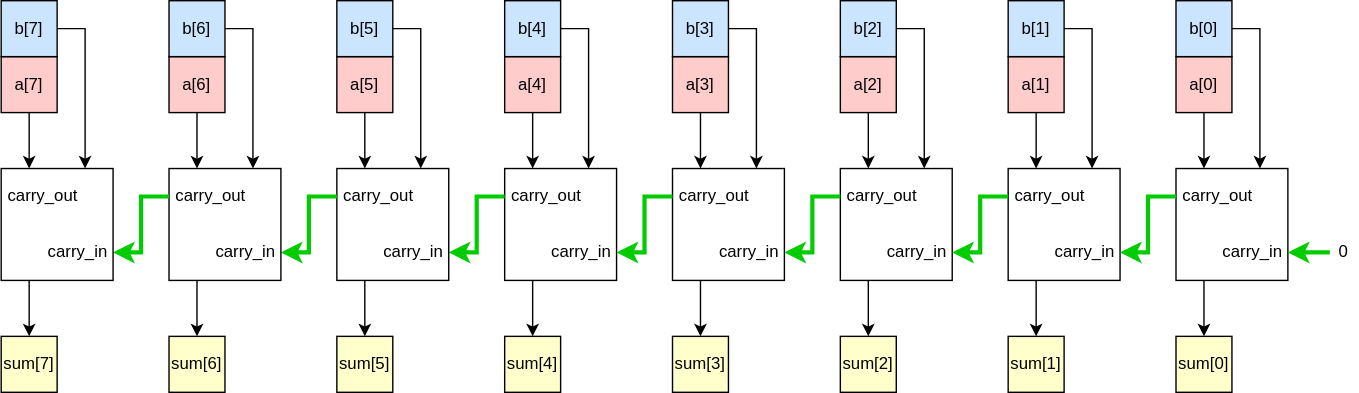
Before: posts/carry-lookahead-adder/carry-lookahead-adder-rca.drawio.svg, a diagram exported from draw.io (axelfeldmann/feldmann.nyc). Source tidied: cells renumbered, new cells last; positions are measured from the earlier drawing's top-left corner, leaving out a move shared by most shapes.
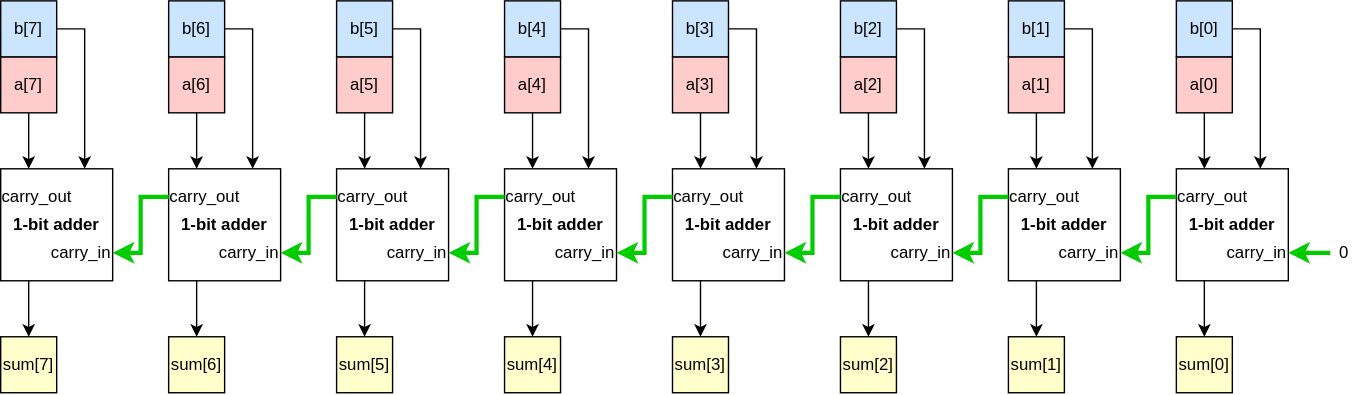
Above is the later version.

Commit message:
label 1-bit adders in circuit

Diff of the diagram source:
```diff
@@ -11,16 +11,16 @@
     <mxCell id="4" style="edgeStyle=orthogonalEdgeStyle;rounded=0;jettySize=auto;html=1;exitX=0.25;exitY=1;exitDx=0;exitDy=0;entryX=0.5;entryY=0;entryDx=0;entryDy=0;" parent="1" edge="1" source="5" target="11">
       <mxGeometry relative="1" as="geometry" />
     </mxCell>
-    <mxCell id="5" style="rounded=0;whiteSpace=wrap;html=1;fillColor=#FFFFFF;fillStyle=solid;" parent="1" vertex="1">
+    <mxCell id="5" value="&lt;b&gt;1-bit adder&lt;/b&gt;" style="rounded=0;whiteSpace=wrap;html=1;fillColor=#FFFFFF;fillStyle=solid;" parent="1" vertex="1">
       <mxGeometry x="360" y="120" width="80" height="80" as="geometry" />
     </mxCell>
-    <mxCell id="6" value="carry_in" style="text;html=1;align=center;verticalAlign=middle;whiteSpace=wrap;rounded=0;rotation=0;" parent="1" vertex="1">
+    <mxCell id="6" value="carry_in" style="text;html=1;align=right;verticalAlign=middle;whiteSpace=wrap;rounded=0;rotation=0;spacing=1;" parent="1" vertex="1">
       <mxGeometry x="390" y="170" width="50" height="20" as="geometry" />
     </mxCell>
     <mxCell id="7" style="edgeStyle=orthogonalEdgeStyle;rounded=0;jettySize=auto;html=1;exitX=0;exitY=0.5;exitDx=0;exitDy=0;entryX=1;entryY=0.5;entryDx=0;entryDy=0;strokeWidth=3;strokeColor=#00CC00;" parent="1" edge="1" source="8" target="16">
       <mxGeometry relative="1" as="geometry" />
     </mxCell>
-    <mxCell id="8" value="carry_out" style="text;html=1;align=center;verticalAlign=middle;whiteSpace=wrap;rounded=0;rotation=0;" parent="1" vertex="1">
+    <mxCell id="8" value="carry_out" style="text;html=1;align=left;verticalAlign=middle;whiteSpace=wrap;rounded=0;rotation=0;spacing=1;" parent="1" vertex="1">
       <mxGeometry x="360" y="130" width="60" height="20" as="geometry" />
     </mxCell>
     <mxCell id="9" style="edgeStyle=orthogonalEdgeStyle;rounded=0;jettySize=auto;html=1;exitX=1;exitY=0.5;exitDx=0;exitDy=0;entryX=0.75;entryY=0;entryDx=0;entryDy=0;" parent="1" edge="1" source="10" target="5">
@@ -41,16 +41,16 @@
     <mxCell id="14" style="edgeStyle=orthogonalEdgeStyle;rounded=0;jettySize=auto;html=1;exitX=0.25;exitY=1;exitDx=0;exitDy=0;entryX=0.5;entryY=0;entryDx=0;entryDy=0;" parent="1" edge="1" source="15" target="21">
       <mxGeometry relative="1" as="geometry" />
     </mxCell>
-    <mxCell id="15" style="rounded=0;whiteSpace=wrap;html=1;fillColor=#FFFFFF;fillStyle=solid;" parent="1" vertex="1">
+    <mxCell id="15" value="&lt;b&gt;1-bit adder&lt;/b&gt;" style="rounded=0;whiteSpace=wrap;html=1;fillColor=#FFFFFF;fillStyle=solid;" parent="1" vertex="1">
       <mxGeometry x="240" y="120" width="80" height="80" as="geometry" />
     </mxCell>
-    <mxCell id="16" value="carry_in" style="text;html=1;align=center;verticalAlign=middle;whiteSpace=wrap;rounded=0;rotation=0;" parent="1" vertex="1">
+    <mxCell id="16" value="carry_in" style="text;html=1;align=right;verticalAlign=middle;whiteSpace=wrap;rounded=0;rotation=0;spacing=1;" parent="1" vertex="1">
       <mxGeometry x="270" y="170" width="50" height="20" as="geometry" />
     </mxCell>
     <mxCell id="17" style="edgeStyle=orthogonalEdgeStyle;rounded=0;jettySize=auto;html=1;exitX=0;exitY=0.5;exitDx=0;exitDy=0;entryX=1;entryY=0.5;entryDx=0;entryDy=0;strokeWidth=3;strokeColor=#00CC00;" parent="1" edge="1" source="18" target="26">
       <mxGeometry relative="1" as="geometry" />
     </mxCell>
-    <mxCell id="18" value="carry_out" style="text;html=1;align=center;verticalAlign=middle;whiteSpace=wrap;rounded=0;rotation=0;" parent="1" vertex="1">
+    <mxCell id="18" value="carry_out" style="text;html=1;align=left;verticalAlign=middle;whiteSpace=wrap;rounded=0;rotation=0;spacing=1;" parent="1" vertex="1">
       <mxGeometry x="240" y="130" width="60" height="20" as="geometry" />
     </mxCell>
     <mxCell id="19" style="edgeStyle=orthogonalEdgeStyle;rounded=0;jettySize=auto;html=1;exitX=1;exitY=0.5;exitDx=0;exitDy=0;entryX=0.75;entryY=0;entryDx=0;entryDy=0;" parent="1" edge="1" source="20" target="15">
@@ -71,16 +71,16 @@
     <mxCell id="24" style="edgeStyle=orthogonalEdgeStyle;rounded=0;jettySize=auto;html=1;exitX=0.25;exitY=1;exitDx=0;exitDy=0;entryX=0.5;entryY=0;entryDx=0;entryDy=0;" parent="1" edge="1" source="25" target="31">
       <mxGeometry relative="1" as="geometry" />
     </mxCell>
-    <mxCell id="25" style="rounded=0;whiteSpace=wrap;html=1;fillColor=#FFFFFF;fillStyle=solid;" parent="1" vertex="1">
+    <mxCell id="25" value="&lt;b&gt;1-bit adder&lt;/b&gt;" style="rounded=0;whiteSpace=wrap;html=1;fillColor=#FFFFFF;fillStyle=solid;" parent="1" vertex="1">
       <mxGeometry x="120" y="120" width="80" height="80" as="geometry" />
     </mxCell>
-    <mxCell id="26" value="carry_in" style="text;html=1;align=center;verticalAlign=middle;whiteSpace=wrap;rounded=0;rotation=0;" parent="1" vertex="1">
+    <mxCell id="26" value="carry_in" style="text;html=1;align=right;verticalAlign=middle;whiteSpace=wrap;rounded=0;rotation=0;spacing=1;" parent="1" vertex="1">
       <mxGeometry x="150" y="170" width="50" height="20" as="geometry" />
     </mxCell>
     <mxCell id="27" style="edgeStyle=orthogonalEdgeStyle;rounded=0;jettySize=auto;html=1;exitX=0;exitY=0.5;exitDx=0;exitDy=0;entryX=1;entryY=0.5;entryDx=0;entryDy=0;strokeWidth=3;strokeColor=#00CC00;" parent="1" edge="1" source="28" target="36">
       <mxGeometry relative="1" as="geometry" />
     </mxCell>
-    <mxCell id="28" value="carry_out" style="text;html=1;align=center;verticalAlign=middle;whiteSpace=wrap;rounded=0;rotation=0;" parent="1" vertex="1">
+    <mxCell id="28" value="carry_out" style="text;html=1;align=left;verticalAlign=middle;whiteSpace=wrap;rounded=0;rotation=0;spacing=1;" parent="1" vertex="1">
       <mxGeometry x="120" y="130" width="60" height="20" as="geometry" />
     </mxCell>
     <mxCell id="29" style="edgeStyle=orthogonalEdgeStyle;rounded=0;jettySize=auto;html=1;exitX=1;exitY=0.5;exitDx=0;exitDy=0;entryX=0.75;entryY=0;entryDx=0;entryDy=0;" parent="1" edge="1" source="30" target="25">
@@ -101,13 +101,13 @@
     <mxCell id="34" style="edgeStyle=orthogonalEdgeStyle;rounded=0;jettySize=auto;html=1;exitX=0.25;exitY=1;exitDx=0;exitDy=0;entryX=0.5;entryY=0;entryDx=0;entryDy=0;" parent="1" edge="1" source="35" target="40">
       <mxGeometry relative="1" as="geometry" />
     </mxCell>
-    <mxCell id="35" style="rounded=0;whiteSpace=wrap;html=1;fillColor=#FFFFFF;fillStyle=solid;" parent="1" vertex="1">
+    <mxCell id="35" value="&lt;b&gt;1-bit adder&lt;/b&gt;" style="rounded=0;whiteSpace=wrap;html=1;fillColor=#FFFFFF;fillStyle=solid;" parent="1" vertex="1">
       <mxGeometry y="120" width="80" height="80" as="geometry" />
     </mxCell>
-    <mxCell id="36" value="carry_in" style="text;html=1;align=center;verticalAlign=middle;whiteSpace=wrap;rounded=0;rotation=0;" parent="1" vertex="1">
+    <mxCell id="36" value="carry_in" style="text;html=1;align=right;verticalAlign=middle;whiteSpace=wrap;rounded=0;rotation=0;spacing=1;" parent="1" vertex="1">
       <mxGeometry x="30" y="170" width="50" height="20" as="geometry" />
     </mxCell>
-    <mxCell id="37" value="carry_out" style="text;html=1;align=center;verticalAlign=middle;whiteSpace=wrap;rounded=0;rotation=0;" parent="1" vertex="1">
+    <mxCell id="37" value="carry_out" style="text;html=1;align=left;verticalAlign=middle;whiteSpace=wrap;rounded=0;rotation=0;spacing=1;" parent="1" vertex="1">
       <mxGeometry y="130" width="60" height="20" as="geometry" />
     </mxCell>
     <mxCell id="38" style="edgeStyle=orthogonalEdgeStyle;rounded=0;jettySize=auto;html=1;exitX=1;exitY=0.5;exitDx=0;exitDy=0;entryX=0.75;entryY=0;entryDx=0;entryDy=0;" parent="1" edge="1" source="39" target="35">
@@ -128,16 +128,16 @@
     <mxCell id="43" style="edgeStyle=orthogonalEdgeStyle;rounded=0;jettySize=auto;html=1;exitX=0.25;exitY=1;exitDx=0;exitDy=0;entryX=0.5;entryY=0;entryDx=0;entryDy=0;" parent="1" edge="1" source="44" target="50">
       <mxGeometry relative="1" as="geometry" />
     </mxCell>
-    <mxCell id="44" style="rounded=0;whiteSpace=wrap;html=1;fillColor=#FFFFFF;fillStyle=solid;" parent="1" vertex="1">
+    <mxCell id="44" value="&lt;b&gt;1-bit adder&lt;/b&gt;" style="rounded=0;whiteSpace=wrap;html=1;fillColor=#FFFFFF;fillStyle=solid;" parent="1" vertex="1">
       <mxGeometry x="480" y="120" width="80" height="80" as="geometry" />
     </mxCell>
-    <mxCell id="45" value="carry_in" style="text;html=1;align=center;verticalAlign=middle;whiteSpace=wrap;rounded=0;rotation=0;" parent="1" vertex="1">
+    <mxCell id="45" value="carry_in" style="text;html=1;align=right;verticalAlign=middle;whiteSpace=wrap;rounded=0;rotation=0;spacing=1;" parent="1" vertex="1">
       <mxGeometry x="510" y="170" width="50" height="20" as="geometry" />
     </mxCell>
     <mxCell id="46" style="edgeStyle=orthogonalEdgeStyle;rounded=0;jettySize=auto;html=1;exitX=0;exitY=0.5;exitDx=0;exitDy=0;entryX=1;entryY=0.5;entryDx=0;entryDy=0;strokeWidth=3;strokeColor=#00CC00;" parent="1" edge="1" source="47" target="6">
       <mxGeometry relative="1" as="geometry" />
     </mxCell>
-    <mxCell id="47" value="carry_out" style="text;html=1;align=center;verticalAlign=middle;whiteSpace=wrap;rounded=0;rotation=0;" parent="1" vertex="1">
+    <mxCell id="47" value="carry_out" style="text;html=1;align=left;verticalAlign=middle;whiteSpace=wrap;rounded=0;rotation=0;spacing=1;" parent="1" vertex="1">
       <mxGeometry x="480" y="130" width="60" height="20" as="geometry" />
     </mxCell>
     <mxCell id="48" style="edgeStyle=orthogonalEdgeStyle;rounded=0;jettySize=auto;html=1;exitX=1;exitY=0.5;exitDx=0;exitDy=0;entryX=0.75;entryY=0;entryDx=0;entryDy=0;" parent="1" edge="1" source="49" target="44">
@@ -158,16 +158,16 @@
     <mxCell id="53" style="edgeStyle=orthogonalEdgeStyle;rounded=0;jettySize=auto;html=1;exitX=0.25;exitY=1;exitDx=0;exitDy=0;entryX=0.5;entryY=0;entryDx=0;entryDy=0;" parent="1" edge="1" source="54" target="60">
       <mxGeometry relative="1" as="geometry" />
     </mxCell>
-    <mxCell id="54" style="rounded=0;whiteSpace=wrap;html=1;fillColor=#FFFFFF;fillStyle=solid;" parent="1" vertex="1">
+    <mxCell id="54" value="&lt;b&gt;1-bit adder&lt;/b&gt;" style="rounded=0;whiteSpace=wrap;html=1;fillColor=#FFFFFF;fillStyle=solid;" parent="1" vertex="1">
       <mxGeometry x="600" y="120" width="80" height="80" as="geometry" />
     </mxCell>
-    <mxCell id="55" value="carry_in" style="text;html=1;align=center;verticalAlign=middle;whiteSpace=wrap;rounded=0;rotation=0;" parent="1" vertex="1">
+    <mxCell id="55" value="carry_in" style="text;html=1;align=right;verticalAlign=middle;whiteSpace=wrap;rounded=0;rotation=0;spacing=1;" parent="1" vertex="1">
       <mxGeometry x="630" y="170" width="50" height="20" as="geometry" />
     </mxCell>
     <mxCell id="56" style="edgeStyle=orthogonalEdgeStyle;rounded=0;jettySize=auto;html=1;exitX=0;exitY=0.5;exitDx=0;exitDy=0;entryX=1;entryY=0.5;entryDx=0;entryDy=0;strokeWidth=3;strokeColor=#00CC00;" parent="1" edge="1" source="57" target="45">
       <mxGeometry relative="1" as="geometry" />
     </mxCell>
-    <mxCell id="57" value="carry_out" style="text;html=1;align=center;verticalAlign=middle;whiteSpace=wrap;rounded=0;rotation=0;" parent="1" vertex="1">
+    <mxCell id="57" value="carry_out" style="text;html=1;align=left;verticalAlign=middle;whiteSpace=wrap;rounded=0;rotation=0;spacing=1;" parent="1" vertex="1">
       <mxGeometry x="600" y="130" width="60" height="20" as="geometry" />
     </mxCell>
     <mxCell id="58" style="edgeStyle=orthogonalEdgeStyle;rounded=0;jettySize=auto;html=1;exitX=1;exitY=0.5;exitDx=0;exitDy=0;entryX=0.75;entryY=0;entryDx=0;entryDy=0;" parent="1" edge="1" source="59" target="54">
@@ -188,16 +188,16 @@
     <mxCell id="63" style="edgeStyle=orthogonalEdgeStyle;rounded=0;jettySize=auto;html=1;exitX=0.25;exitY=1;exitDx=0;exitDy=0;entryX=0.5;entryY=0;entryDx=0;entryDy=0;" parent="1" edge="1" source="64" target="70">
       <mxGeometry relative="1" as="geometry" />
     </mxCell>
-    <mxCell id="64" style="rounded=0;whiteSpace=wrap;html=1;fillColor=#FFFFFF;fillStyle=solid;" parent="1" vertex="1">
+    <mxCell id="64" value="&lt;b&gt;1-bit adder&lt;/b&gt;" style="rounded=0;whiteSpace=wrap;html=1;fillColor=#FFFFFF;fillStyle=solid;" parent="1" vertex="1">
       <mxGeometry x="720" y="120" width="80" height="80" as="geometry" />
     </mxCell>
-    <mxCell id="65" value="carry_in" style="text;html=1;align=center;verticalAlign=middle;whiteSpace=wrap;rounded=0;rotation=0;" parent="1" vertex="1">
+    <mxCell id="65" value="carry_in" style="text;html=1;align=right;verticalAlign=middle;whiteSpace=wrap;rounded=0;rotation=0;spacing=1;" parent="1" vertex="1">
       <mxGeometry x="750" y="170" width="50" height="20" as="geometry" />
     </mxCell>
     <mxCell id="66" style="edgeStyle=orthogonalEdgeStyle;rounded=0;jettySize=auto;html=1;exitX=0;exitY=0.5;exitDx=0;exitDy=0;entryX=1;entryY=0.5;entryDx=0;entryDy=0;strokeWidth=3;strokeColor=#00CC00;" parent="1" edge="1" source="67" target="55">
       <mxGeometry relative="1" as="geometry" />
     </mxCell>
-    <mxCell id="67" value="carry_out" style="text;html=1;align=center;verticalAlign=middle;whiteSpace=wrap;rounded=0;rotation=0;" parent="1" vertex="1">
+    <mxCell id="67" value="carry_out" style="text;html=1;align=left;verticalAlign=middle;whiteSpace=wrap;rounded=0;rotation=0;spacing=1;" parent="1" vertex="1">
       <mxGeometry x="720" y="130" width="60" height="20" as="geometry" />
     </mxCell>
     <mxCell id="68" style="edgeStyle=orthogonalEdgeStyle;rounded=0;jettySize=auto;html=1;exitX=1;exitY=0.5;exitDx=0;exitDy=0;entryX=0.75;entryY=0;entryDx=0;entryDy=0;" parent="1" edge="1" source="69" target="64">
@@ -218,16 +218,16 @@
     <mxCell id="73" style="edgeStyle=orthogonalEdgeStyle;rounded=0;jettySize=auto;html=1;exitX=0.25;exitY=1;exitDx=0;exitDy=0;entryX=0.5;entryY=0;entryDx=0;entryDy=0;" parent="1" edge="1" source="74" target="80">
       <mxGeometry relative="1" as="geometry" />
     </mxCell>
-    <mxCell id="74" style="rounded=0;whiteSpace=wrap;html=1;fillColor=#FFFFFF;fillStyle=solid;" parent="1" vertex="1">
+    <mxCell id="74" value="&lt;b&gt;1-bit adder&lt;/b&gt;" style="rounded=0;whiteSpace=wrap;html=1;fillColor=#FFFFFF;fillStyle=solid;" parent="1" vertex="1">
       <mxGeometry x="840" y="120" width="80" height="80" as="geometry" />
     </mxCell>
-    <mxCell id="75" value="carry_in" style="text;html=1;align=center;verticalAlign=middle;whiteSpace=wrap;rounded=0;rotation=0;" parent="1" vertex="1">
+    <mxCell id="75" value="carry_in" style="text;html=1;align=right;verticalAlign=middle;whiteSpace=wrap;rounded=0;rotation=0;spacing=1;" parent="1" vertex="1">
       <mxGeometry x="870" y="170" width="50" height="20" as="geometry" />
     </mxCell>
     <mxCell id="76" style="edgeStyle=orthogonalEdgeStyle;rounded=0;jettySize=auto;html=1;exitX=0;exitY=0.5;exitDx=0;exitDy=0;entryX=1;entryY=0.5;entryDx=0;entryDy=0;strokeWidth=3;strokeColor=#00CC00;" parent="1" edge="1" source="77" target="65">
       <mxGeometry relative="1" as="geometry" />
     </mxCell>
-    <mxCell id="77" value="carry_out" style="text;html=1;align=center;verticalAlign=middle;whiteSpace=wrap;rounded=0;rotation=0;" parent="1" vertex="1">
+    <mxCell id="77" value="carry_out" style="text;html=1;align=left;verticalAlign=middle;whiteSpace=wrap;rounded=0;rotation=0;spacing=1;" parent="1" vertex="1">
       <mxGeometry x="840" y="130" width="60" height="20" as="geometry" />
     </mxCell>
     <mxCell id="78" style="edgeStyle=orthogonalEdgeStyle;rounded=0;jettySize=auto;html=1;exitX=1;exitY=0.5;exitDx=0;exitDy=0;entryX=0.75;entryY=0;entryDx=0;entryDy=0;" parent="1" edge="1" source="79" target="74">
```
